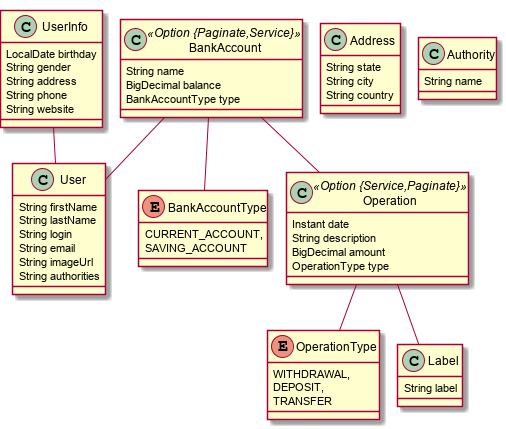
malicktech/jhipsterbank keeps this PlantUML diagram as jdl/app-model-2.png. Above is the earlier version.
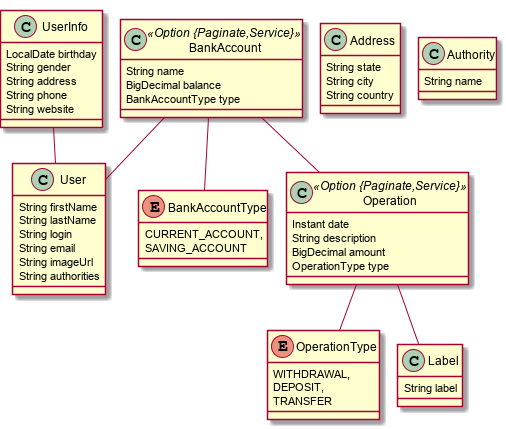
After the commit.

Diff of the diagram source:
```diff
@@ -25,7 +25,7 @@
 		CURRENT_ACCOUNT,
 		SAVING_ACCOUNT
 	}
-	class Operation <<Option {Service,Paginate}>> {
+	class Operation <<Option {Paginate,Service}>> {
 		Instant date
 		String description
 		BigDecimal amount
```
